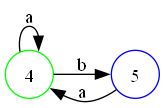
mouadd9/automaton_project keeps this Graphviz diagram as Automate.png. Above is the earlier version. Its source is kept beside it as Automate.dot.
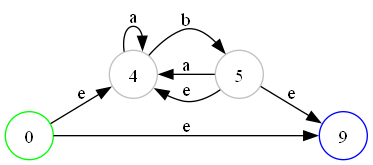
Later version of the same file.

Diff of the diagram source:
```diff
@@ -4,8 +4,10 @@
 	4 -> 5 [label=b];
 	5 -> 4 [label=a];
 	4 -> 4 [label=a];
-	4 [color=black];
-	5 [color=black];
-	4 [color=green];
-	5 [color=blue];
+	0 -> 4 [label=e];
+	5 -> 9 [label=e];
+	5 -> 4 [label=e];
+	0 -> 9 [label=e];
+	0 [color=green];
+	9 [color=blue];
 }
```
